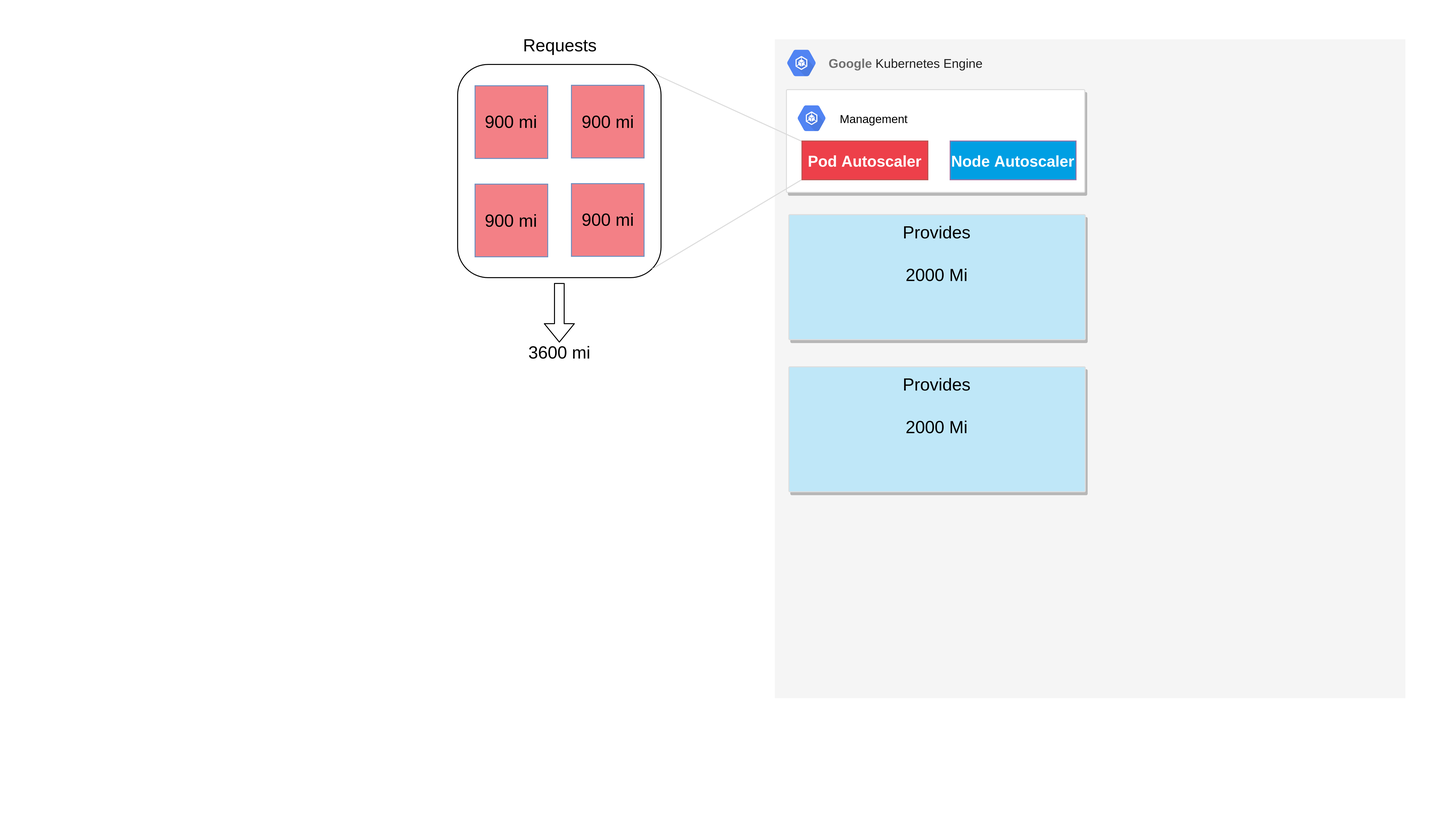
Before: images/k8s-scaling-node-scale2.png, a diagram exported from draw.io (bastiandg/scaling-in-the-cloud). Source tidied: cells renumbered, new cells last; positions are measured from the earlier drawing's top-left corner, leaving out a move shared by most shapes. The source it was exported from:
```xml
<mxGraphModel background="#ffffff">
  <root>
    <mxCell id="0" />
    <mxCell id="1" parent="0" />
    <mxCell id="2" style="rounded=0;whiteSpace=wrap;html=1;align=left;fillColor=#f5f5f5;strokeColor=none;fontColor=#333333;verticalAlign=top;" parent="1" vertex="1">
      <mxGeometry x="799.5" y="40" width="651" height="680" as="geometry" />
    </mxCell>
    <mxCell id="3" style="html=1;fillColor=#5184F3;strokeColor=none;verticalAlign=top;labelPosition=center;verticalLabelPosition=bottom;align=center;spacingTop=-6;fontSize=11;fontStyle=1;fontColor=#999999;shape=mxgraph.gcp2.hexIcon;prIcon=container_engine;" parent="1" vertex="1">
      <mxGeometry x="804.5" y="44.5" width="45" height="40" as="geometry" />
    </mxCell>
    <mxCell id="4" value="&lt;b style=&quot;font-size: 13px ; text-align: left ; color: rgb(113 , 113 , 113) ; white-space: nowrap&quot;&gt;Google&amp;nbsp;&lt;/b&gt;&lt;span style=&quot;font-size: 13px ; text-align: left ; color: rgb(33 , 33 , 33) ; font-family: &amp;#34;roboto&amp;#34; , sans-serif&quot;&gt;Kubernetes Engine&lt;/span&gt;" style="text;html=1;strokeColor=none;fillColor=none;align=center;verticalAlign=middle;whiteSpace=wrap;rounded=0;" parent="1" vertex="1">
      <mxGeometry x="843.5" y="54.5" width="180" height="20" as="geometry" />
    </mxCell>
    <mxCell id="5" value="Provides&#10;&#10;2000 Mi" style="strokeColor=#dddddd;fillColor=#BFE7F8;shadow=1;strokeWidth=1;rounded=1;absoluteArcSize=1;arcSize=2;verticalAlign=top;fontSize=18;" parent="1" vertex="1">
      <mxGeometry x="814" y="221" width="306" height="129" as="geometry" />
    </mxCell>
    <mxCell id="6" style="strokeColor=#dddddd;fillColor=#ffffff;shadow=1;strokeWidth=1;rounded=1;absoluteArcSize=1;arcSize=2;verticalAlign=top;" parent="1" vertex="1">
      <mxGeometry x="811.5" y="92" width="308" height="106" as="geometry" />
    </mxCell>
    <mxCell id="7" style="strokeColor=none;fillColor=none;shadow=1;strokeWidth=1;rounded=1;absoluteArcSize=1;arcSize=2;" parent="1" vertex="1">
      <mxGeometry x="810.5" y="91.5" width="170" height="60" as="geometry" />
    </mxCell>
    <mxCell id="8" value="&lt;font color=&quot;#000000&quot;&gt;Management&lt;/font&gt;" style="dashed=0;html=1;fillColor=#5184F3;strokeColor=none;shape=mxgraph.gcp2.hexIcon;prIcon=container_engine;labelPosition=right;verticalLabelPosition=middle;align=left;verticalAlign=middle;spacingLeft=5;fontColor=#999999;fontSize=12;" parent="7" vertex="1">
      <mxGeometry y="0.5" width="44" height="39" relative="1" as="geometry">
        <mxPoint x="5" y="-19.5" as="offset" />
      </mxGeometry>
    </mxCell>
    <mxCell id="9" style="rounded=1;whiteSpace=wrap;html=1;" parent="1" vertex="1">
      <mxGeometry x="472" y="66" width="210" height="220" as="geometry" />
    </mxCell>
    <mxCell id="10" style="shape=flexArrow;endArrow=classic;html=1;entryX=0.5;entryY=0;entryDx=0;entryDy=0;" parent="1" edge="1" target="11">
      <mxGeometry relative="1" as="geometry">
        <mxPoint x="577" y="291.5" as="sourcePoint" />
      </mxGeometry>
    </mxCell>
    <mxCell id="11" value="3600 mi" style="text;html=1;strokeColor=none;fillColor=none;align=center;verticalAlign=middle;whiteSpace=wrap;rounded=0;fontSize=18;" parent="1" vertex="1">
      <mxGeometry x="538.5" y="353" width="77" height="20" as="geometry" />
    </mxCell>
    <mxCell id="12" style="endArrow=none;html=1;strokeColor=#DBDBDB;entryX=0.962;entryY=0.042;entryDx=0;entryDy=0;entryPerimeter=0;exitX=0;exitY=0.004;exitDx=0;exitDy=0;exitPerimeter=0;" parent="1" edge="1" target="9">
      <mxGeometry relative="1" as="geometry">
        <mxPoint x="827" y="145.2" as="sourcePoint" />
      </mxGeometry>
    </mxCell>
    <mxCell id="13" style="endArrow=none;html=1;strokeColor=#DBDBDB;exitX=0.957;exitY=0.959;exitDx=0;exitDy=0;exitPerimeter=0;entryX=-0.001;entryY=1.003;entryDx=0;entryDy=0;entryPerimeter=0;" parent="1" edge="1" source="9">
      <mxGeometry relative="1" as="geometry">
        <mxPoint x="826.9" y="185.1" as="targetPoint" />
      </mxGeometry>
    </mxCell>
    <mxCell id="14" value="Requests" style="text;html=1;strokeColor=none;fillColor=none;align=center;verticalAlign=middle;whiteSpace=wrap;rounded=0;fontSize=18;" parent="1" vertex="1">
      <mxGeometry x="472" y="36" width="210" height="20" as="geometry" />
    </mxCell>
    <mxCell id="15" value="Node Autoscaler" style="rounded=0;html=1;fillColor=#009FE3;strokeColor=#9673a6;fontFamily=Arial;fontSize=16;fontStyle=1;fontColor=#FFFFFF;" parent="1" vertex="1">
      <mxGeometry x="980.5" y="145" width="130" height="40" as="geometry" />
    </mxCell>
    <mxCell id="16" value="Pod Autoscaler" style="rounded=0;html=1;fillColor=#ED404A;strokeColor=#b85450;fontColor=#FFFFFF;fontFamily=Arial;fontSize=16;fontStyle=1;" parent="1" vertex="1">
      <mxGeometry x="827.5" y="145" width="130" height="40" as="geometry" />
    </mxCell>
    <mxCell id="17" style="rounded=0;whiteSpace=wrap;html=1;fillColor=#F38086;strokeColor=#6c8ebf;" parent="1" vertex="1">
      <mxGeometry x="490" y="88" width="75" height="75" as="geometry" />
    </mxCell>
    <mxCell id="18" value="900 mi" style="text;html=1;strokeColor=none;fillColor=none;align=center;verticalAlign=middle;whiteSpace=wrap;rounded=0;fontSize=18;" parent="1" vertex="1">
      <mxGeometry x="490" y="115.5" width="75" height="20" as="geometry" />
    </mxCell>
    <mxCell id="19" style="rounded=0;whiteSpace=wrap;html=1;fillColor=#F38086;strokeColor=#6c8ebf;" parent="1" vertex="1">
      <mxGeometry x="589.5" y="87.5" width="75" height="75" as="geometry" />
    </mxCell>
    <mxCell id="20" value="900 mi" style="text;html=1;strokeColor=none;fillColor=none;align=center;verticalAlign=middle;whiteSpace=wrap;rounded=0;fontSize=18;" parent="1" vertex="1">
      <mxGeometry x="589.5" y="115" width="75" height="20" as="geometry" />
    </mxCell>
    <mxCell id="21" style="rounded=0;whiteSpace=wrap;html=1;fillColor=#F38086;strokeColor=#6c8ebf;" parent="1" vertex="1">
      <mxGeometry x="490" y="189.5" width="75" height="75" as="geometry" />
    </mxCell>
    <mxCell id="22" value="900 mi" style="text;html=1;strokeColor=none;fillColor=none;align=center;verticalAlign=middle;whiteSpace=wrap;rounded=0;fontSize=18;" parent="1" vertex="1">
      <mxGeometry x="490" y="217" width="75" height="20" as="geometry" />
    </mxCell>
    <mxCell id="23" style="rounded=0;whiteSpace=wrap;html=1;fillColor=#F38086;strokeColor=#6c8ebf;" parent="1" vertex="1">
      <mxGeometry x="589.5" y="189" width="75" height="75" as="geometry" />
    </mxCell>
    <mxCell id="24" value="900 mi" style="text;html=1;strokeColor=none;fillColor=none;align=center;verticalAlign=middle;whiteSpace=wrap;rounded=0;fontSize=18;" parent="1" vertex="1">
      <mxGeometry x="589.5" y="216.5" width="75" height="20" as="geometry" />
    </mxCell>
    <mxCell id="25" value="Provides&#10;&#10;2000 Mi" style="strokeColor=#dddddd;fillColor=#BFE7F8;shadow=1;strokeWidth=1;rounded=1;absoluteArcSize=1;arcSize=2;verticalAlign=top;fontSize=18;" parent="1" vertex="1">
      <mxGeometry x="814" y="378" width="306" height="129" as="geometry" />
    </mxCell>
    <mxCell id="26" style="rounded=0;whiteSpace=wrap;html=1;fillColor=none;perimeter=none;backgroundOutline=1;strokeColor=none;" parent="1" vertex="1">
      <mxGeometry width="1493" height="840" as="geometry" />
    </mxCell>
  </root>
</mxGraphModel>
```
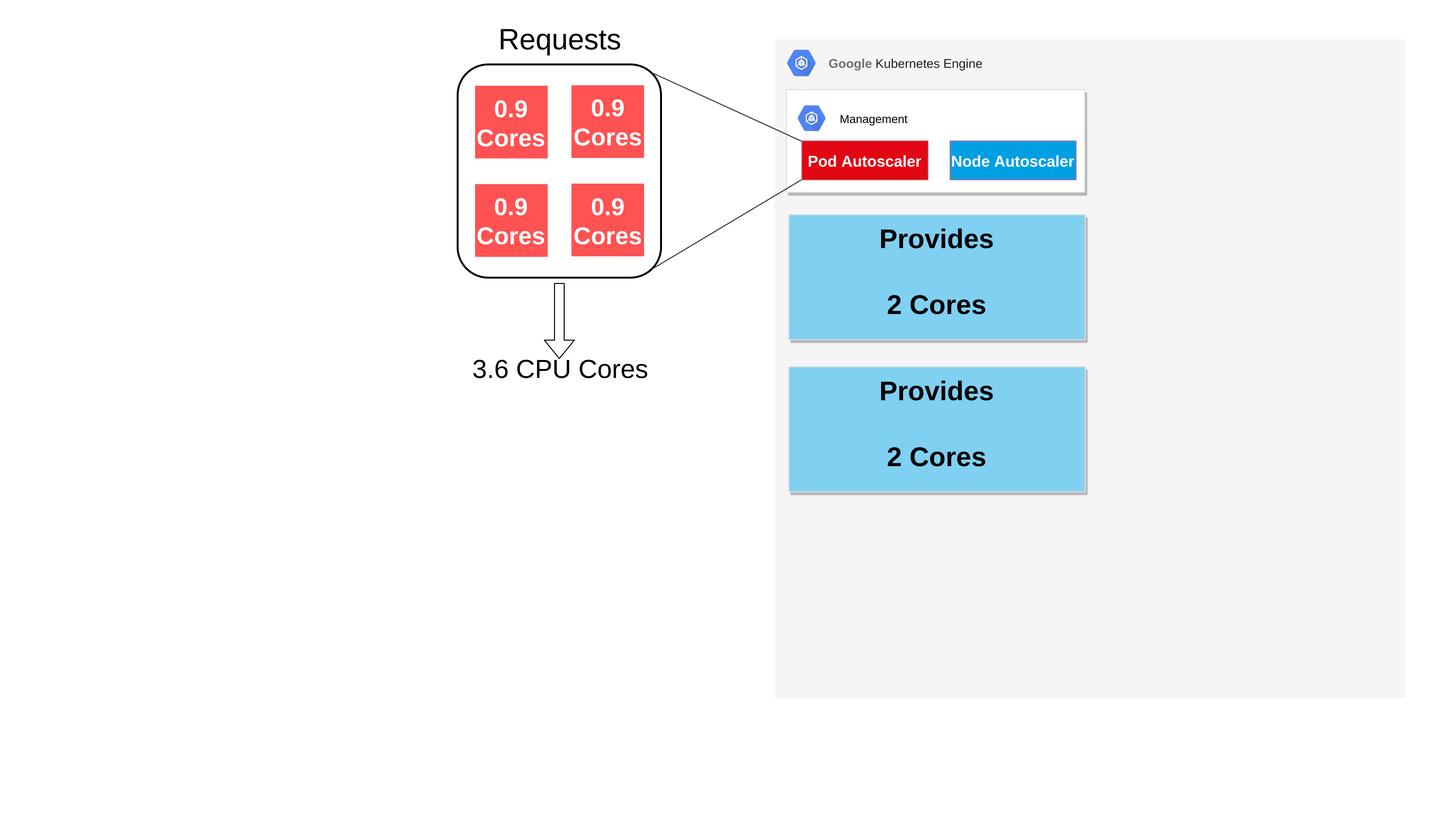
Above is the later version.

Change to the diagram source:
```diff
@@ -11,7 +11,7 @@
     <mxCell id="4" value="&lt;b style=&quot;font-size: 13px ; text-align: left ; color: rgb(113 , 113 , 113) ; white-space: nowrap&quot;&gt;Google&amp;nbsp;&lt;/b&gt;&lt;span style=&quot;font-size: 13px ; text-align: left ; color: rgb(33 , 33 , 33) ; font-family: &amp;#34;roboto&amp;#34; , sans-serif&quot;&gt;Kubernetes Engine&lt;/span&gt;" style="text;html=1;strokeColor=none;fillColor=none;align=center;verticalAlign=middle;whiteSpace=wrap;rounded=0;" parent="1" vertex="1">
       <mxGeometry x="843.5" y="54.5" width="180" height="20" as="geometry" />
     </mxCell>
-    <mxCell id="5" value="Provides&#10;&#10;2000 Mi" style="strokeColor=#dddddd;fillColor=#BFE7F8;shadow=1;strokeWidth=1;rounded=1;absoluteArcSize=1;arcSize=2;verticalAlign=top;fontSize=18;" parent="1" vertex="1">
+    <mxCell id="5" value="Provides&#10;&#10;2 Cores" style="strokeColor=#dddddd;fillColor=#80D0F2;shadow=1;strokeWidth=1;rounded=1;absoluteArcSize=1;arcSize=2;verticalAlign=top;fontSize=28;fontStyle=1;fontColor=#000000;" parent="1" vertex="1">
       <mxGeometry x="814" y="221" width="306" height="129" as="geometry" />
     </mxCell>
     <mxCell id="6" style="strokeColor=#dddddd;fillColor=#ffffff;shadow=1;strokeWidth=1;rounded=1;absoluteArcSize=1;arcSize=2;verticalAlign=top;" parent="1" vertex="1">
@@ -25,65 +25,53 @@
         <mxPoint x="5" y="-19.5" as="offset" />
       </mxGeometry>
     </mxCell>
-    <mxCell id="9" style="rounded=1;whiteSpace=wrap;html=1;" parent="1" vertex="1">
-      <mxGeometry x="472" y="66" width="210" height="220" as="geometry" />
+    <mxCell id="9" value="Node Autoscaler" style="rounded=0;html=1;fillColor=#009FE3;strokeColor=#9673a6;fontFamily=Arial;fontSize=16;fontStyle=1;fontColor=#FFFFFF;" parent="1" vertex="1">
+      <mxGeometry x="980.5" y="145" width="130" height="40" as="geometry" />
     </mxCell>
-    <mxCell id="10" style="shape=flexArrow;endArrow=classic;html=1;entryX=0.5;entryY=0;entryDx=0;entryDy=0;" parent="1" edge="1" target="11">
-      <mxGeometry relative="1" as="geometry">
-        <mxPoint x="577" y="291.5" as="sourcePoint" />
-      </mxGeometry>
+    <mxCell id="10" value="Pod Autoscaler" style="rounded=0;html=1;fillColor=#E30613;strokeColor=#b85450;fontColor=#FFFFFF;fontFamily=Arial;fontSize=16;fontStyle=1;" parent="1" vertex="1">
+      <mxGeometry x="827.5" y="145" width="130" height="40" as="geometry" />
     </mxCell>
-    <mxCell id="11" value="3600 mi" style="text;html=1;strokeColor=none;fillColor=none;align=center;verticalAlign=middle;whiteSpace=wrap;rounded=0;fontSize=18;" parent="1" vertex="1">
-      <mxGeometry x="538.5" y="353" width="77" height="20" as="geometry" />
+    <mxCell id="11" value="Provides&#10;&#10;2 Cores" style="strokeColor=#dddddd;fillColor=#80D0F2;shadow=1;strokeWidth=1;rounded=1;absoluteArcSize=1;arcSize=2;verticalAlign=top;fontSize=28;fontColor=#000000;fontStyle=1;" parent="1" vertex="1">
+      <mxGeometry x="814" y="378" width="306" height="129" as="geometry" />
     </mxCell>
-    <mxCell id="12" style="endArrow=none;html=1;strokeColor=#DBDBDB;entryX=0.962;entryY=0.042;entryDx=0;entryDy=0;entryPerimeter=0;exitX=0;exitY=0.004;exitDx=0;exitDy=0;exitPerimeter=0;" parent="1" edge="1" target="9">
-      <mxGeometry relative="1" as="geometry">
-        <mxPoint x="827" y="145.2" as="sourcePoint" />
-      </mxGeometry>
+    <mxCell id="12" style="rounded=1;whiteSpace=wrap;html=1;strokeWidth=2;" parent="1" vertex="1">
+      <mxGeometry x="472" y="66" width="210" height="220" as="geometry" />
     </mxCell>
-    <mxCell id="13" style="endArrow=none;html=1;strokeColor=#DBDBDB;exitX=0.957;exitY=0.959;exitDx=0;exitDy=0;exitPerimeter=0;entryX=-0.001;entryY=1.003;entryDx=0;entryDy=0;entryPerimeter=0;" parent="1" edge="1" source="9">
-      <mxGeometry relative="1" as="geometry">
-        <mxPoint x="826.9" y="185.1" as="targetPoint" />
-      </mxGeometry>
+    <mxCell id="13" value="&lt;span style=&quot;font-size: 25px ; white-space: normal&quot;&gt;0.9 Cores&lt;/span&gt;" style="rounded=0;whiteSpace=wrap;html=1;fillColor=#FF5252;strokeColor=none;fontColor=#FFFFFF;fontStyle=1;" parent="1" vertex="1">
+      <mxGeometry x="490" y="88" width="75" height="75" as="geometry" />
     </mxCell>
-    <mxCell id="14" value="Requests" style="text;html=1;strokeColor=none;fillColor=none;align=center;verticalAlign=middle;whiteSpace=wrap;rounded=0;fontSize=18;" parent="1" vertex="1">
-      <mxGeometry x="472" y="36" width="210" height="20" as="geometry" />
+    <mxCell id="14" value="&lt;span style=&quot;font-size: 25px ; white-space: normal&quot;&gt;0.9 Cores&lt;/span&gt;" style="rounded=0;whiteSpace=wrap;html=1;fillColor=#FF5252;strokeColor=none;fontColor=#FFFFFF;fontStyle=1;gradientColor=none;" parent="1" vertex="1">
+      <mxGeometry x="589.5" y="87.5" width="75" height="75" as="geometry" />
     </mxCell>
-    <mxCell id="15" value="Node Autoscaler" style="rounded=0;html=1;fillColor=#009FE3;strokeColor=#9673a6;fontFamily=Arial;fontSize=16;fontStyle=1;fontColor=#FFFFFF;" parent="1" vertex="1">
-      <mxGeometry x="980.5" y="145" width="130" height="40" as="geometry" />
+    <mxCell id="15" value="&lt;span style=&quot;font-size: 25px ; white-space: normal&quot;&gt;0.9 Cores&lt;/span&gt;" style="rounded=0;whiteSpace=wrap;html=1;fillColor=#FF5252;strokeColor=none;fontColor=#FFFFFF;fontStyle=1;" parent="1" vertex="1">
+      <mxGeometry x="490" y="189.5" width="75" height="75" as="geometry" />
     </mxCell>
-    <mxCell id="16" value="Pod Autoscaler" style="rounded=0;html=1;fillColor=#ED404A;strokeColor=#b85450;fontColor=#FFFFFF;fontFamily=Arial;fontSize=16;fontStyle=1;" parent="1" vertex="1">
-      <mxGeometry x="827.5" y="145" width="130" height="40" as="geometry" />
+    <mxCell id="16" value="&lt;span style=&quot;font-size: 25px ; white-space: normal&quot;&gt;0.9 Cores&lt;/span&gt;" style="rounded=0;whiteSpace=wrap;html=1;fillColor=#FF5252;strokeColor=none;fontColor=#FFFFFF;fontStyle=1;" parent="1" vertex="1">
+      <mxGeometry x="589.5" y="189" width="75" height="75" as="geometry" />
     </mxCell>
-    <mxCell id="17" style="rounded=0;whiteSpace=wrap;html=1;fillColor=#F38086;strokeColor=#6c8ebf;" parent="1" vertex="1">
-      <mxGeometry x="490" y="88" width="75" height="75" as="geometry" />
+    <mxCell id="17" style="shape=flexArrow;endArrow=classic;html=1;entryX=0.5;entryY=0;entryDx=0;entryDy=0;" parent="1" edge="1" target="18">
+      <mxGeometry relative="1" as="geometry">
+        <mxPoint x="577" y="291.5" as="sourcePoint" />
+      </mxGeometry>
     </mxCell>
-    <mxCell id="18" value="900 mi" style="text;html=1;strokeColor=none;fillColor=none;align=center;verticalAlign=middle;whiteSpace=wrap;rounded=0;fontSize=18;" parent="1" vertex="1">
-      <mxGeometry x="490" y="115.5" width="75" height="20" as="geometry" />
+    <mxCell id="18" value="3.6 CPU Cores" style="text;html=1;strokeColor=none;fillColor=none;align=center;verticalAlign=middle;whiteSpace=wrap;rounded=0;fontSize=27;" parent="1" vertex="1">
+      <mxGeometry x="446.5" y="370" width="261" height="20" as="geometry" />
     </mxCell>
-    <mxCell id="19" style="rounded=0;whiteSpace=wrap;html=1;fillColor=#F38086;strokeColor=#6c8ebf;" parent="1" vertex="1">
-      <mxGeometry x="589.5" y="87.5" width="75" height="75" as="geometry" />
+    <mxCell id="19" style="endArrow=none;html=1;strokeColor=#333333;entryX=0.962;entryY=0.042;entryDx=0;entryDy=0;entryPerimeter=0;exitX=0;exitY=0.004;exitDx=0;exitDy=0;exitPerimeter=0;" parent="1" edge="1" target="12">
+      <mxGeometry relative="1" as="geometry">
+        <mxPoint x="827" y="145.2" as="sourcePoint" />
+      </mxGeometry>
     </mxCell>
-    <mxCell id="20" value="900 mi" style="text;html=1;strokeColor=none;fillColor=none;align=center;verticalAlign=middle;whiteSpace=wrap;rounded=0;fontSize=18;" parent="1" vertex="1">
-      <mxGeometry x="589.5" y="115" width="75" height="20" as="geometry" />
+    <mxCell id="20" style="endArrow=none;html=1;strokeColor=#333333;exitX=0.957;exitY=0.959;exitDx=0;exitDy=0;exitPerimeter=0;entryX=-0.001;entryY=1.003;entryDx=0;entryDy=0;entryPerimeter=0;" parent="1" edge="1" source="12">
+      <mxGeometry relative="1" as="geometry">
+        <mxPoint x="826.9" y="185.1" as="targetPoint" />
+      </mxGeometry>
     </mxCell>
-    <mxCell id="21" style="rounded=0;whiteSpace=wrap;html=1;fillColor=#F38086;strokeColor=#6c8ebf;" parent="1" vertex="1">
-      <mxGeometry x="490" y="189.5" width="75" height="75" as="geometry" />
+    <mxCell id="21" value="Requests" style="text;html=1;strokeColor=none;fillColor=none;align=center;verticalAlign=middle;whiteSpace=wrap;rounded=0;fontSize=30;" parent="1" vertex="1">
+      <mxGeometry x="472" y="30" width="210" height="20" as="geometry" />
     </mxCell>
-    <mxCell id="22" value="900 mi" style="text;html=1;strokeColor=none;fillColor=none;align=center;verticalAlign=middle;whiteSpace=wrap;rounded=0;fontSize=18;" parent="1" vertex="1">
-      <mxGeometry x="490" y="217" width="75" height="20" as="geometry" />
+    <mxCell id="22" style="rounded=0;whiteSpace=wrap;html=1;fillColor=none;perimeter=none;backgroundOutline=1;strokeColor=none;" parent="1" vertex="1">
+      <mxGeometry width="1493" height="840" as="geometry" />
     </mxCell>
-    <mxCell id="23" style="rounded=0;whiteSpace=wrap;html=1;fillColor=#F38086;strokeColor=#6c8ebf;" parent="1" vertex="1">
-      <mxGeometry x="589.5" y="189" width="75" height="75" as="geometry" />
-    </mxCell>
-    <mxCell id="24" value="900 mi" style="text;html=1;strokeColor=none;fillColor=none;align=center;verticalAlign=middle;whiteSpace=wrap;rounded=0;fontSize=18;" parent="1" vertex="1">
-      <mxGeometry x="589.5" y="216.5" width="75" height="20" as="geometry" />
-    </mxCell>
-    <mxCell id="25" value="Provides&#10;&#10;2000 Mi" style="strokeColor=#dddddd;fillColor=#BFE7F8;shadow=1;strokeWidth=1;rounded=1;absoluteArcSize=1;arcSize=2;verticalAlign=top;fontSize=18;" parent="1" vertex="1">
-      <mxGeometry x="814" y="378" width="306" height="129" as="geometry" />
-    </mxCell>
-    <mxCell id="26" style="rounded=0;whiteSpace=wrap;html=1;fillColor=none;perimeter=none;backgroundOutline=1;strokeColor=none;" parent="1" vertex="1">
-      <mxGeometry width="1493" height="840" as="geometry" />
-    </mxCell>
   </root>
 </mxGraphModel>
```
